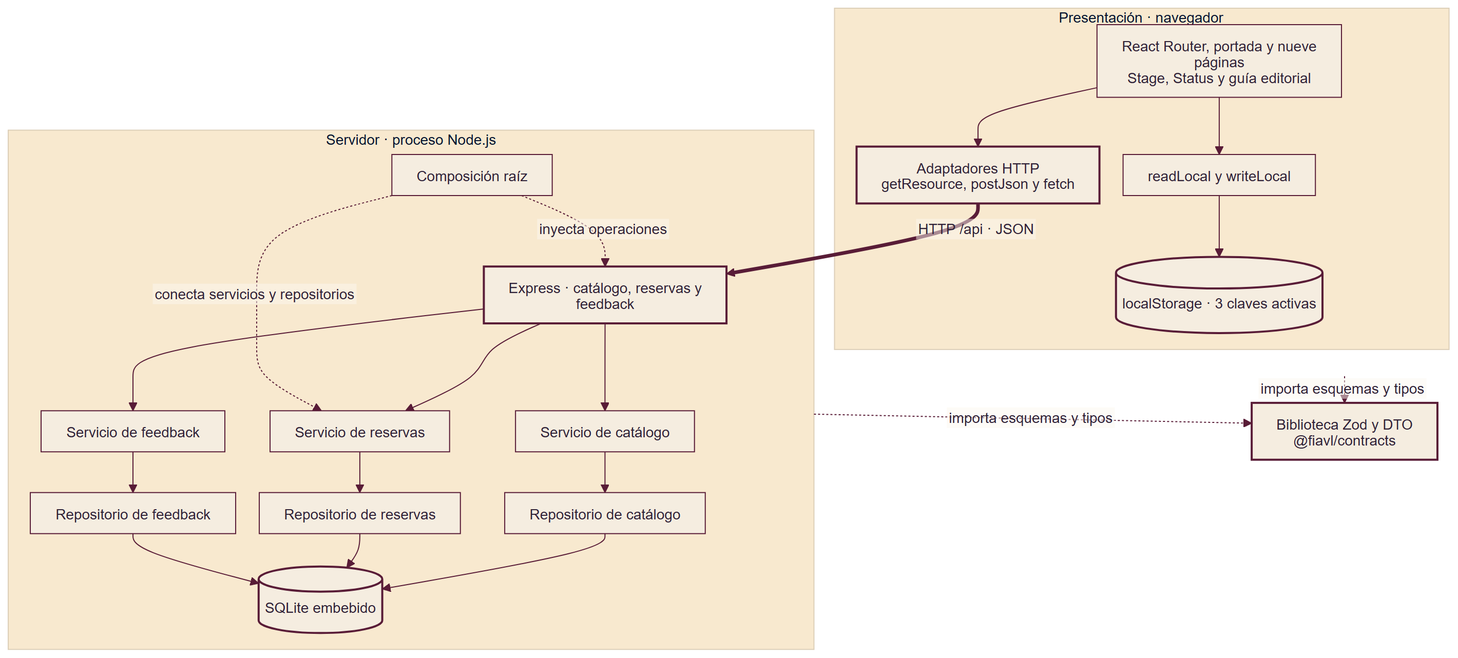
This is docs/architecture/rendered/png/DES-01.png from magomez36/FIAVL_Arquitectura-de-Software, a Mermaid export, as it was before one commit. Its source is kept beside it as docs/architecture/diagrams/DES-01.mmd.
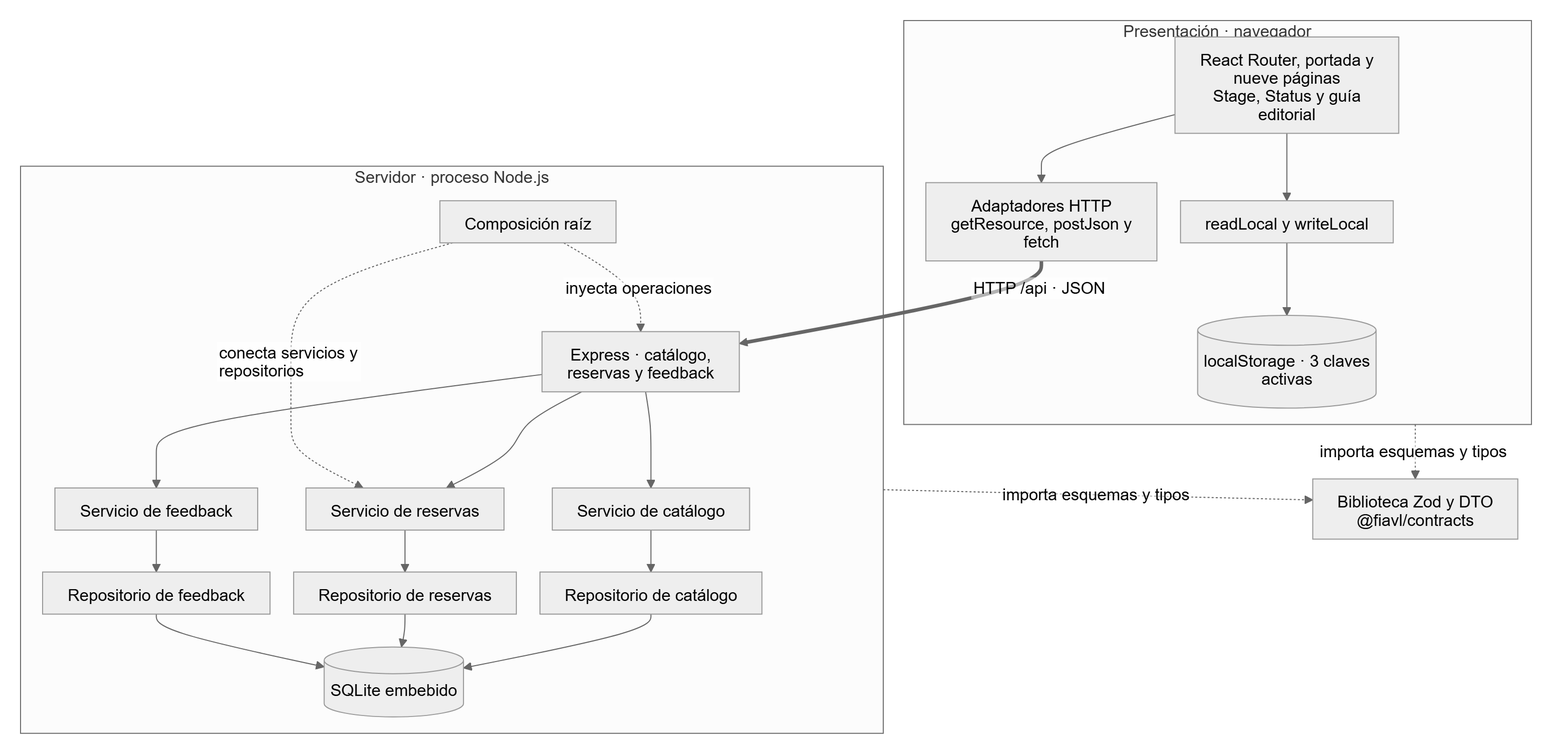
Later version of the same file.

Diff of the diagram source:
```diff
@@ -1,3 +1,7 @@
+---
+config:
+  theme: neutral
+---
 flowchart TB
   subgraph W["Presentación · navegador"]
     direction TB
@@ -29,5 +33,3 @@
   CLIENT ==>|"HTTP /api · JSON"| HT
   W -.->|"importa esquemas y tipos"| Z
   B -.->|"importa esquemas y tipos"| Z
-  classDef accent fill:#F5EDE0,stroke:#591C37,color:#302237,stroke-width:2px
-  class Z,CLIENT,HT,DB,LS accent
```
